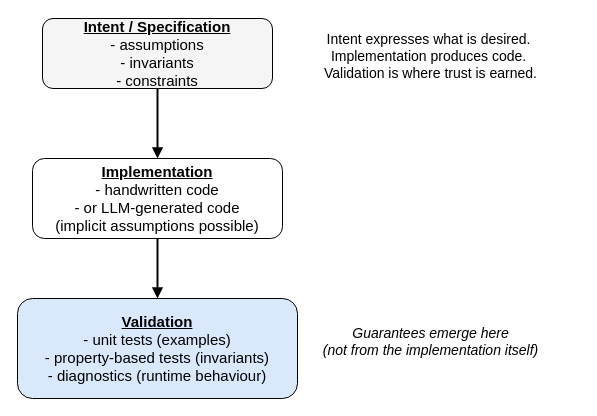
OthmanB/ressources keeps this draw.io diagram as intent_vs_guarantees.drawio. Above is the earlier version. Source tidied: cells renumbered, new cells numbered last; positions are measured from the earlier drawing's top-left corner, leaving out a move shared by most shapes. Both pictures are drawn from the tidied source at 100%, with x=0, y=0 at pixel (17, 18).
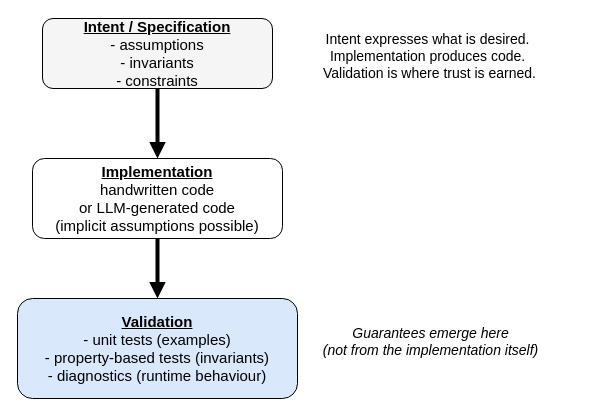
The same page after the edit.

Diff of the diagram source:
```diff
@@
-<mxGraphModel>
+<mxGraphModel background="light-dark(#FFFFFF,#FFFFFF)">
   <root>
     <mxCell id="0" />
     <mxCell id="1" parent="0" />
     <mxCell id="2" value="&lt;b&gt;&lt;u&gt;Intent / Specification&lt;br&gt;&lt;/u&gt;&lt;/b&gt;- assumptions&lt;br&gt;- invariants&lt;br&gt;- constraints" style="rounded=1;whiteSpace=wrap;html=1;fillColor=light-dark(#F5F5F5,#3333FF);strokeColor=#000000;fontSize=15;" parent="1" vertex="1">
       <mxGeometry x="25" width="230" height="70" as="geometry" />
     </mxCell>
-    <mxCell id="3" value="&lt;u&gt;&lt;b&gt;Implementation&lt;/b&gt;&lt;/u&gt;&lt;br&gt;- handwritten code&lt;br&gt;- or LLM-generated code&lt;br&gt;(implicit assumptions possible)" style="rounded=1;whiteSpace=wrap;html=1;fillColor=light-dark(#FFFFFF,#C1C1C1);strokeColor=#000000;fontSize=15;" parent="1" vertex="1">
+    <mxCell id="3" value="&lt;u&gt;&lt;b&gt;Implementation&lt;/b&gt;&lt;/u&gt;&lt;br&gt;handwritten code&lt;br&gt;or LLM-generated code&lt;br&gt;(implicit assumptions possible)" style="rounded=1;whiteSpace=wrap;html=1;fillColor=light-dark(#FFFFFF,#C1C1C1);strokeColor=#000000;fontSize=15;" parent="1" vertex="1">
       <mxGeometry x="15" y="140" width="250" height="80" as="geometry" />
     </mxCell>
     <mxCell id="4" value="&lt;b&gt;&lt;u&gt;Validation&lt;/u&gt;&lt;/b&gt;&lt;br&gt;- unit tests (examples)&lt;br&gt;- property-based tests (invariants)&lt;br&gt;- diagnostics (runtime behaviour)" style="rounded=1;whiteSpace=wrap;html=1;fillColor=#dae8fc;strokeColor=#000000;fontSize=15;" parent="1" vertex="1">
       <mxGeometry y="280" width="280" height="100" as="geometry" />
     </mxCell>
-    <mxCell id="5" style="endArrow=block;endFill=1;strokeWidth=2;html=1;" parent="1" edge="1" source="2" target="3">
+    <mxCell id="5" style="endArrow=block;endFill=1;strokeWidth=4;html=1;strokeColor=light-dark(#000000,#000099);" parent="1" edge="1" source="2" target="3">
       <mxGeometry relative="1" as="geometry" />
     </mxCell>
-    <mxCell id="6" style="endArrow=block;endFill=1;strokeWidth=2;html=1;" parent="1" edge="1" source="3" target="4">
+    <mxCell id="6" style="endArrow=block;endFill=1;strokeWidth=4;html=1;strokeColor=light-dark(#000000,#000099);" parent="1" edge="1" source="3" target="4">
       <mxGeometry relative="1" as="geometry" />
     </mxCell>
     <mxCell id="7" value="&lt;font style=&quot;color: light-dark(rgb(0, 0, 0), rgb(51, 102, 0));&quot;&gt;Guarantees emerge here&lt;br&gt;(not from the implementation itself)&lt;/font&gt;" style="text;html=1;strokeColor=none;fillColor=none;fontSize=14;fontStyle=2;align=center;" parent="1" vertex="1">
       <mxGeometry x="262.5" y="300" width="300" height="60" as="geometry" />
     </mxCell>
-    <mxCell id="8" value="Intent expresses what is desired.&amp;nbsp;&lt;div&gt;Implementation produces code.&amp;nbsp;&lt;div&gt;Validation is where trust is earned.&lt;/div&gt;&lt;/div&gt;" style="text;html=1;fontSize=14;fontColor=light-dark(#000000,#CC0000);align=center;" parent="1" vertex="1">
+    <mxCell id="8" value="Intent expresses what is desired.&amp;nbsp;&lt;div&gt;Implementation produces code.&amp;nbsp;&lt;div&gt;Validation is where trust is earned.&lt;/div&gt;&lt;/div&gt;" style="text;html=1;fontSize=14;fontColor=light-dark(#000000,#FF0000);align=center;whiteSpace=wrap;" parent="1" vertex="1">
       <mxGeometry x="280" y="6.2" width="265" height="57.5" as="geometry" />
     </mxCell>
   </root>
 </mxGraphModel>
```
